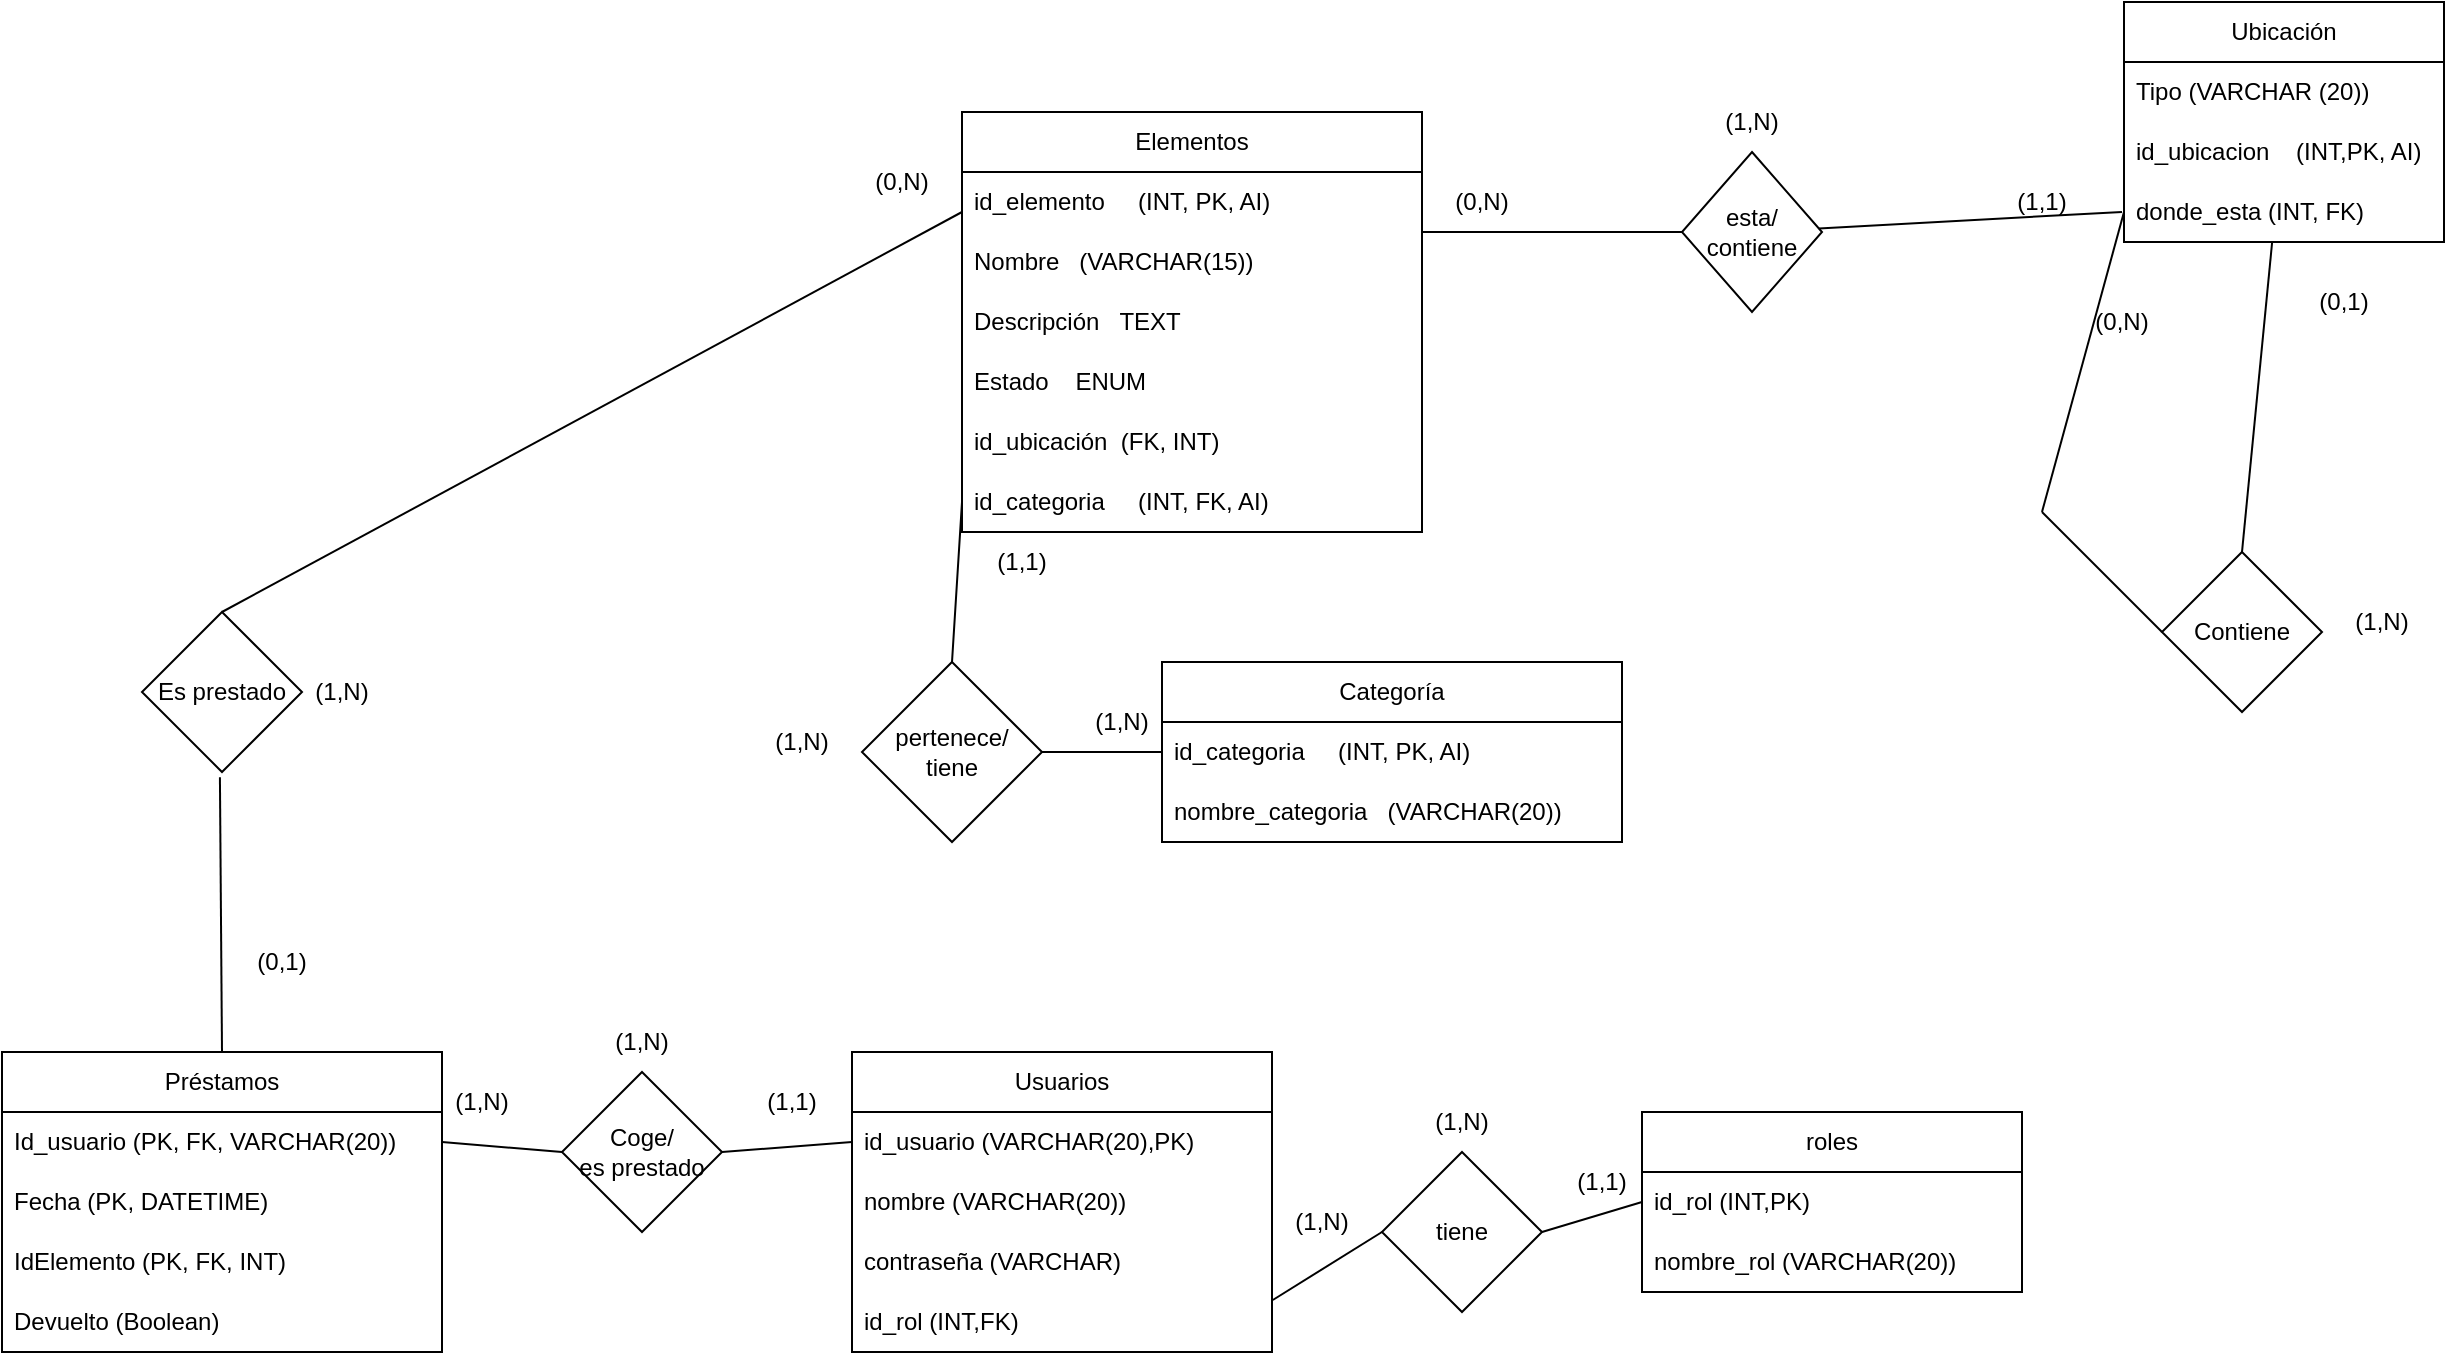
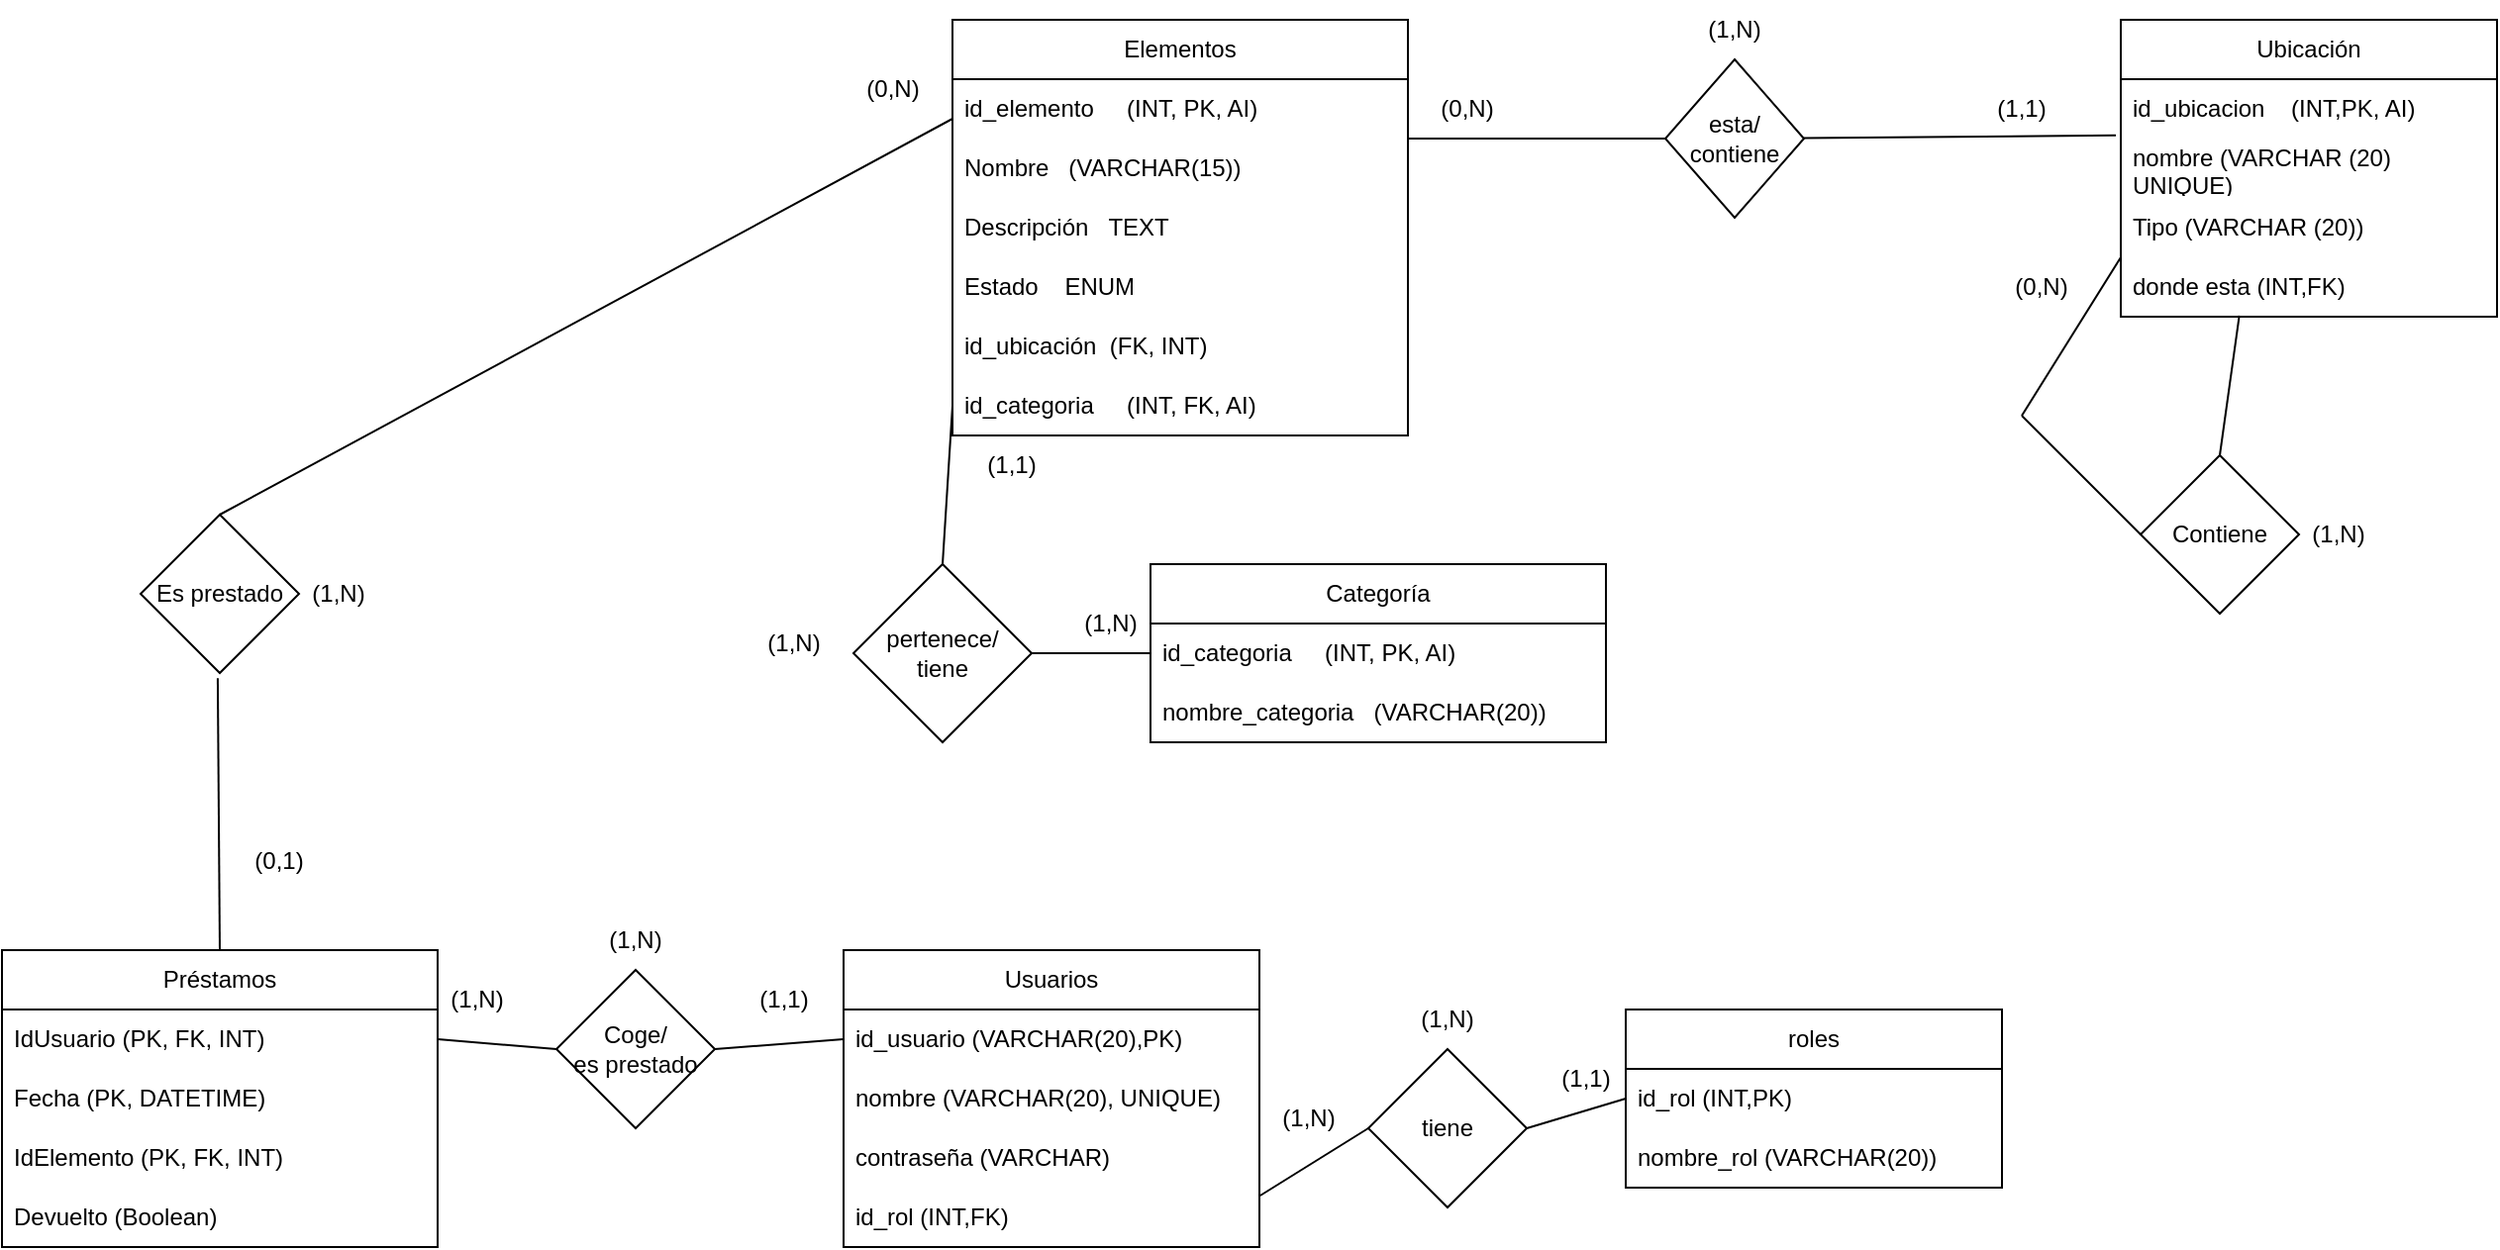
<mxfile host="Electron" agent="Mozilla/5.0 (Windows NT 10.0; Win64; x64) AppleWebKit/537.36 (KHTML, like Gecko) draw.io/27.0.9 Chrome/134.0.6998.205 Electron/35.4.0 Safari/537.36" version="27.0.9">
  <diagram name="Página-1" id="i9kEWm7X-eQDBZohQ_Jb">
-     <mxGraphModel dx="1665" dy="841" grid="1" gridSize="10" guides="1" tooltips="1" connect="1" arrows="1" fold="1" page="1" pageScale="1" pageWidth="827" pageHeight="1169" math="0" shadow="0">
+     <mxGraphModel dx="586" dy="693" grid="1" gridSize="10" guides="1" tooltips="1" connect="1" arrows="1" fold="1" page="1" pageScale="1" pageWidth="827" pageHeight="1169" math="0" shadow="0">
      <root>
        <mxCell id="0" />
        <mxCell id="1" parent="0" />
        <mxCell id="md-I2rJE8M5bN4_YPNxc-3" value="esta/&lt;div&gt;contiene&lt;/div&gt;" style="rhombus;whiteSpace=wrap;html=1;" parent="1" vertex="1">
          <mxGeometry x="940" y="200" width="70" height="80" as="geometry" />
        </mxCell>
        <mxCell id="md-I2rJE8M5bN4_YPNxc-4" value="Elementos" style="swimlane;fontStyle=0;childLayout=stackLayout;horizontal=1;startSize=30;horizontalStack=0;resizeParent=1;resizeParentMax=0;resizeLast=0;collapsible=1;marginBottom=0;whiteSpace=wrap;html=1;" parent="1" vertex="1">
          <mxGeometry x="580" y="180" width="230" height="210" as="geometry" />
        </mxCell>
        <mxCell id="md-I2rJE8M5bN4_YPNxc-5" value="id_elemento&amp;nbsp; &amp;nbsp; &amp;nbsp;(INT, PK, AI)" style="text;strokeColor=none;fillColor=none;align=left;verticalAlign=middle;spacingLeft=4;spacingRight=4;overflow=hidden;points=[[0,0.5],[1,0.5]];portConstraint=eastwest;rotatable=0;whiteSpace=wrap;html=1;" parent="md-I2rJE8M5bN4_YPNxc-4" vertex="1">
          <mxGeometry y="30" width="230" height="30" as="geometry" />
        </mxCell>
        <mxCell id="md-I2rJE8M5bN4_YPNxc-6" value="Nombre&amp;nbsp; &amp;nbsp;(VARCHAR(15))" style="text;strokeColor=none;fillColor=none;align=left;verticalAlign=middle;spacingLeft=4;spacingRight=4;overflow=hidden;points=[[0,0.5],[1,0.5]];portConstraint=eastwest;rotatable=0;whiteSpace=wrap;html=1;" parent="md-I2rJE8M5bN4_YPNxc-4" vertex="1">
          <mxGeometry y="60" width="230" height="30" as="geometry" />
        </mxCell>
        <mxCell id="md-I2rJE8M5bN4_YPNxc-18" value="Descripción&amp;nbsp; &amp;nbsp;TEXT&lt;span style=&quot;white-space: pre;&quot;&gt;&#x9;&lt;/span&gt;&lt;span style=&quot;white-space: pre;&quot;&gt;&#x9;&lt;/span&gt;" style="text;strokeColor=none;fillColor=none;align=left;verticalAlign=middle;spacingLeft=4;spacingRight=4;overflow=hidden;points=[[0,0.5],[1,0.5]];portConstraint=eastwest;rotatable=0;whiteSpace=wrap;html=1;" parent="md-I2rJE8M5bN4_YPNxc-4" vertex="1">
          <mxGeometry y="90" width="230" height="30" as="geometry" />
        </mxCell>
        <mxCell id="md-I2rJE8M5bN4_YPNxc-20" value="Estado&amp;nbsp; &amp;nbsp; ENUM" style="text;strokeColor=none;fillColor=none;align=left;verticalAlign=middle;spacingLeft=4;spacingRight=4;overflow=hidden;points=[[0,0.5],[1,0.5]];portConstraint=eastwest;rotatable=0;whiteSpace=wrap;html=1;" parent="md-I2rJE8M5bN4_YPNxc-4" vertex="1">
          <mxGeometry y="120" width="230" height="30" as="geometry" />
        </mxCell>
        <mxCell id="md-I2rJE8M5bN4_YPNxc-29" value="id_ubicación&amp;nbsp; (FK, INT)" style="text;strokeColor=none;fillColor=none;align=left;verticalAlign=middle;spacingLeft=4;spacingRight=4;overflow=hidden;points=[[0,0.5],[1,0.5]];portConstraint=eastwest;rotatable=0;whiteSpace=wrap;html=1;" parent="md-I2rJE8M5bN4_YPNxc-4" vertex="1">
          <mxGeometry y="150" width="230" height="30" as="geometry" />
        </mxCell>
        <mxCell id="xuXV7sGvS1hQDTqQULSL-32" value="id_categoria&amp;nbsp; &amp;nbsp; &amp;nbsp;(INT, FK, AI)" style="text;strokeColor=none;fillColor=none;align=left;verticalAlign=middle;spacingLeft=4;spacingRight=4;overflow=hidden;points=[[0,0.5],[1,0.5]];portConstraint=eastwest;rotatable=0;whiteSpace=wrap;html=1;" parent="md-I2rJE8M5bN4_YPNxc-4" vertex="1">
          <mxGeometry y="180" width="230" height="30" as="geometry" />
        </mxCell>
        <mxCell id="md-I2rJE8M5bN4_YPNxc-8" value="Ubicación" style="swimlane;fontStyle=0;childLayout=stackLayout;horizontal=1;startSize=30;horizontalStack=0;resizeParent=1;resizeParentMax=0;resizeLast=0;collapsible=1;marginBottom=0;whiteSpace=wrap;html=1;" parent="1" vertex="1">
-           <mxGeometry x="1161" y="125" width="160" height="120" as="geometry" />
+           <mxGeometry x="1170" y="180" width="190" height="150" as="geometry" />
+         </mxCell>
+         <mxCell id="md-I2rJE8M5bN4_YPNxc-9" value="id_ubicacion&lt;span style=&quot;white-space: pre;&quot;&gt;&#x9;&lt;/span&gt;(INT,PK, AI)" style="text;strokeColor=none;fillColor=none;align=left;verticalAlign=middle;spacingLeft=4;spacingRight=4;overflow=hidden;points=[[0,0.5],[1,0.5]];portConstraint=eastwest;rotatable=0;whiteSpace=wrap;html=1;" parent="md-I2rJE8M5bN4_YPNxc-8" vertex="1">
+           <mxGeometry y="30" width="190" height="30" as="geometry" />
+         </mxCell>
+         <mxCell id="NCn_pFYCjzvptKvNXvme-1" value="nombre (VARCHAR (20) UNIQUE)" style="text;strokeColor=none;fillColor=none;align=left;verticalAlign=middle;spacingLeft=4;spacingRight=4;overflow=hidden;points=[[0,0.5],[1,0.5]];portConstraint=eastwest;rotatable=0;whiteSpace=wrap;html=1;" vertex="1" parent="md-I2rJE8M5bN4_YPNxc-8">
+           <mxGeometry y="60" width="190" height="30" as="geometry" />
        </mxCell>
        <mxCell id="md-I2rJE8M5bN4_YPNxc-11" value="Tipo (VARCHAR (20))" style="text;strokeColor=none;fillColor=none;align=left;verticalAlign=middle;spacingLeft=4;spacingRight=4;overflow=hidden;points=[[0,0.5],[1,0.5]];portConstraint=eastwest;rotatable=0;whiteSpace=wrap;html=1;" parent="md-I2rJE8M5bN4_YPNxc-8" vertex="1">
-           <mxGeometry y="30" width="160" height="30" as="geometry" />
-         </mxCell>
-         <mxCell id="md-I2rJE8M5bN4_YPNxc-9" value="id_ubicacion&lt;span style=&quot;white-space: pre;&quot;&gt;&#x9;&lt;/span&gt;(INT,PK, AI)" style="text;strokeColor=none;fillColor=none;align=left;verticalAlign=middle;spacingLeft=4;spacingRight=4;overflow=hidden;points=[[0,0.5],[1,0.5]];portConstraint=eastwest;rotatable=0;whiteSpace=wrap;html=1;" parent="md-I2rJE8M5bN4_YPNxc-8" vertex="1">
-           <mxGeometry y="60" width="160" height="30" as="geometry" />
-         </mxCell>
-         <mxCell id="qNiBTX_sLjemmhxvSZYq-6" value="donde_esta (INT, FK)" style="text;strokeColor=none;fillColor=none;align=left;verticalAlign=middle;spacingLeft=4;spacingRight=4;overflow=hidden;points=[[0,0.5],[1,0.5]];portConstraint=eastwest;rotatable=0;whiteSpace=wrap;html=1;" vertex="1" parent="md-I2rJE8M5bN4_YPNxc-8">
-           <mxGeometry y="90" width="160" height="30" as="geometry" />
-         </mxCell>
-         <mxCell id="md-I2rJE8M5bN4_YPNxc-12" value="" style="endArrow=none;html=1;rounded=0;" parent="1" source="md-I2rJE8M5bN4_YPNxc-3" edge="1">
+           <mxGeometry y="90" width="190" height="30" as="geometry" />
+         </mxCell>
+         <mxCell id="Kr0rA3katDckVqaceKhA-1" value="donde esta (INT,FK)" style="text;strokeColor=none;fillColor=none;align=left;verticalAlign=middle;spacingLeft=4;spacingRight=4;overflow=hidden;points=[[0,0.5],[1,0.5]];portConstraint=eastwest;rotatable=0;whiteSpace=wrap;html=1;" parent="md-I2rJE8M5bN4_YPNxc-8" vertex="1">
+           <mxGeometry y="120" width="190" height="30" as="geometry" />
+         </mxCell>
+         <mxCell id="md-I2rJE8M5bN4_YPNxc-12" value="" style="endArrow=none;html=1;rounded=0;entryX=-0.013;entryY=-0.053;entryDx=0;entryDy=0;entryPerimeter=0;" parent="1" source="md-I2rJE8M5bN4_YPNxc-3" edge="1" target="NCn_pFYCjzvptKvNXvme-1">
          <mxGeometry width="50" height="50" relative="1" as="geometry">
            <mxPoint x="960" y="420" as="sourcePoint" />
-             <mxPoint x="1160" y="230" as="targetPoint" />
+             <mxPoint x="1150" y="240" as="targetPoint" />
          </mxGeometry>
        </mxCell>
        <mxCell id="md-I2rJE8M5bN4_YPNxc-13" value="" style="endArrow=none;html=1;rounded=0;exitX=0;exitY=0.5;exitDx=0;exitDy=0;entryX=0;entryY=1;entryDx=0;entryDy=0;" parent="1" source="md-I2rJE8M5bN4_YPNxc-3" target="md-I2rJE8M5bN4_YPNxc-15" edge="1">
          <mxGeometry width="50" height="50" relative="1" as="geometry">
            <mxPoint x="540" y="420" as="sourcePoint" />
            <mxPoint x="371" y="240" as="targetPoint" />
          </mxGeometry>
        </mxCell>
        <mxCell id="md-I2rJE8M5bN4_YPNxc-14" value="(1,1)" style="text;html=1;whiteSpace=wrap;strokeColor=none;fillColor=none;align=center;verticalAlign=middle;rounded=0;" parent="1" vertex="1">
          <mxGeometry x="1090" y="210" width="60" height="30" as="geometry" />
        </mxCell>
        <mxCell id="md-I2rJE8M5bN4_YPNxc-15" value="(0,N)" style="text;html=1;whiteSpace=wrap;strokeColor=none;fillColor=none;align=center;verticalAlign=middle;rounded=0;" parent="1" vertex="1">
          <mxGeometry x="810" y="210" width="60" height="30" as="geometry" />
        </mxCell>
        <mxCell id="md-I2rJE8M5bN4_YPNxc-16" value="(1,N)" style="text;html=1;whiteSpace=wrap;strokeColor=none;fillColor=none;align=center;verticalAlign=middle;rounded=0;" parent="1" vertex="1">
          <mxGeometry x="945" y="170" width="60" height="30" as="geometry" />
        </mxCell>
-         <mxCell id="md-I2rJE8M5bN4_YPNxc-25" value="" style="endArrow=none;html=1;rounded=0;exitX=0.5;exitY=0;exitDx=0;exitDy=0;entryX=0.463;entryY=1;entryDx=0;entryDy=0;entryPerimeter=0;" parent="1" target="qNiBTX_sLjemmhxvSZYq-6" edge="1">
-           <mxGeometry width="50" height="50" relative="1" as="geometry">
-             <mxPoint x="1220" y="400" as="sourcePoint" />
-             <mxPoint x="1218" y="300" as="targetPoint" />
-           </mxGeometry>
-         </mxCell>
        <mxCell id="md-I2rJE8M5bN4_YPNxc-26" value="" style="endArrow=none;html=1;rounded=0;entryX=0;entryY=0.5;entryDx=0;entryDy=0;" parent="1" target="md-I2rJE8M5bN4_YPNxc-28" edge="1">
          <mxGeometry width="50" height="50" relative="1" as="geometry">
            <mxPoint x="1120" y="380" as="sourcePoint" />
            <mxPoint x="1151.96" y="462.01" as="targetPoint" />
          </mxGeometry>
        </mxCell>
-         <mxCell id="md-I2rJE8M5bN4_YPNxc-27" value="" style="endArrow=none;html=1;rounded=0;entryX=0;entryY=0.5;entryDx=0;entryDy=0;" parent="1" target="qNiBTX_sLjemmhxvSZYq-6" edge="1">
+         <mxCell id="md-I2rJE8M5bN4_YPNxc-27" value="" style="endArrow=none;html=1;rounded=0;entryX=0;entryY=1;entryDx=0;entryDy=0;entryPerimeter=0;" parent="1" target="md-I2rJE8M5bN4_YPNxc-11" edge="1">
          <mxGeometry width="50" height="50" relative="1" as="geometry">
            <mxPoint x="1120" y="380" as="sourcePoint" />
            <mxPoint x="1050" y="370" as="targetPoint" />
          </mxGeometry>
        </mxCell>
        <mxCell id="md-I2rJE8M5bN4_YPNxc-28" value="Contiene" style="rhombus;whiteSpace=wrap;html=1;" parent="1" vertex="1">
          <mxGeometry x="1180" y="400" width="80" height="80" as="geometry" />
        </mxCell>
-         <mxCell id="md-I2rJE8M5bN4_YPNxc-31" value="(0,1)" style="text;html=1;whiteSpace=wrap;strokeColor=none;fillColor=none;align=center;verticalAlign=middle;rounded=0;" parent="1" vertex="1">
-           <mxGeometry x="1241" y="260" width="60" height="30" as="geometry" />
-         </mxCell>
        <mxCell id="md-I2rJE8M5bN4_YPNxc-32" value="(0,N)" style="text;html=1;whiteSpace=wrap;strokeColor=none;fillColor=none;align=center;verticalAlign=middle;rounded=0;" parent="1" vertex="1">
-           <mxGeometry x="1130" y="270" width="60" height="30" as="geometry" />
+           <mxGeometry x="1100" y="300" width="60" height="30" as="geometry" />
        </mxCell>
        <mxCell id="md-I2rJE8M5bN4_YPNxc-33" value="(1,N)" style="text;html=1;whiteSpace=wrap;strokeColor=none;fillColor=none;align=center;verticalAlign=middle;rounded=0;" parent="1" vertex="1">
-           <mxGeometry x="1260" y="420" width="60" height="30" as="geometry" />
+           <mxGeometry x="1250" y="425" width="60" height="30" as="geometry" />
        </mxCell>
        <mxCell id="md-I2rJE8M5bN4_YPNxc-34" value="Préstamos" style="swimlane;fontStyle=0;childLayout=stackLayout;horizontal=1;startSize=30;horizontalStack=0;resizeParent=1;resizeParentMax=0;resizeLast=0;collapsible=1;marginBottom=0;whiteSpace=wrap;html=1;" parent="1" vertex="1">
          <mxGeometry x="100" y="650" width="220" height="150" as="geometry" />
        </mxCell>
-         <mxCell id="md-I2rJE8M5bN4_YPNxc-35" value="Id_usuario (PK, FK, VARCHAR(20))" style="text;strokeColor=none;fillColor=none;align=left;verticalAlign=middle;spacingLeft=4;spacingRight=4;overflow=hidden;points=[[0,0.5],[1,0.5]];portConstraint=eastwest;rotatable=0;whiteSpace=wrap;html=1;" parent="md-I2rJE8M5bN4_YPNxc-34" vertex="1">
+         <mxCell id="md-I2rJE8M5bN4_YPNxc-35" value="IdUsuario (PK, FK, INT)" style="text;strokeColor=none;fillColor=none;align=left;verticalAlign=middle;spacingLeft=4;spacingRight=4;overflow=hidden;points=[[0,0.5],[1,0.5]];portConstraint=eastwest;rotatable=0;whiteSpace=wrap;html=1;" parent="md-I2rJE8M5bN4_YPNxc-34" vertex="1">
          <mxGeometry y="30" width="220" height="30" as="geometry" />
        </mxCell>
        <mxCell id="md-I2rJE8M5bN4_YPNxc-37" value="Fecha (PK, DATETIME)" style="text;strokeColor=none;fillColor=none;align=left;verticalAlign=middle;spacingLeft=4;spacingRight=4;overflow=hidden;points=[[0,0.5],[1,0.5]];portConstraint=eastwest;rotatable=0;whiteSpace=wrap;html=1;" parent="md-I2rJE8M5bN4_YPNxc-34" vertex="1">
          <mxGeometry y="60" width="220" height="30" as="geometry" />
        </mxCell>
        <mxCell id="md-I2rJE8M5bN4_YPNxc-54" value="IdElemento (PK, FK, INT)" style="text;strokeColor=none;fillColor=none;align=left;verticalAlign=middle;spacingLeft=4;spacingRight=4;overflow=hidden;points=[[0,0.5],[1,0.5]];portConstraint=eastwest;rotatable=0;whiteSpace=wrap;html=1;" parent="md-I2rJE8M5bN4_YPNxc-34" vertex="1">
          <mxGeometry y="90" width="220" height="30" as="geometry" />
        </mxCell>
        <mxCell id="md-I2rJE8M5bN4_YPNxc-55" value="Devuelto (Boolean)" style="text;strokeColor=none;fillColor=none;align=left;verticalAlign=middle;spacingLeft=4;spacingRight=4;overflow=hidden;points=[[0,0.5],[1,0.5]];portConstraint=eastwest;rotatable=0;whiteSpace=wrap;html=1;" parent="md-I2rJE8M5bN4_YPNxc-34" vertex="1">
          <mxGeometry y="120" width="220" height="30" as="geometry" />
        </mxCell>
        <mxCell id="md-I2rJE8M5bN4_YPNxc-38" value="" style="endArrow=none;html=1;rounded=0;entryX=0.5;entryY=0;entryDx=0;entryDy=0;exitX=0.487;exitY=1.033;exitDx=0;exitDy=0;exitPerimeter=0;" parent="1" source="md-I2rJE8M5bN4_YPNxc-43" target="md-I2rJE8M5bN4_YPNxc-34" edge="1">
          <mxGeometry width="50" height="50" relative="1" as="geometry">
            <mxPoint x="470" y="370" as="sourcePoint" />
            <mxPoint x="520" y="320" as="targetPoint" />
          </mxGeometry>
        </mxCell>
        <mxCell id="md-I2rJE8M5bN4_YPNxc-39" value="Usuarios" style="swimlane;fontStyle=0;childLayout=stackLayout;horizontal=1;startSize=30;horizontalStack=0;resizeParent=1;resizeParentMax=0;resizeLast=0;collapsible=1;marginBottom=0;whiteSpace=wrap;html=1;" parent="1" vertex="1">
          <mxGeometry x="525" y="650" width="210" height="150" as="geometry" />
        </mxCell>
        <mxCell id="md-I2rJE8M5bN4_YPNxc-40" value="id_usuario (VARCHAR(20),PK)" style="text;strokeColor=none;fillColor=none;align=left;verticalAlign=middle;spacingLeft=4;spacingRight=4;overflow=hidden;points=[[0,0.5],[1,0.5]];portConstraint=eastwest;rotatable=0;whiteSpace=wrap;html=1;" parent="md-I2rJE8M5bN4_YPNxc-39" vertex="1">
          <mxGeometry y="30" width="210" height="30" as="geometry" />
        </mxCell>
-         <mxCell id="xuXV7sGvS1hQDTqQULSL-21" value="nombre (VARCHAR(20))" style="text;strokeColor=none;fillColor=none;align=left;verticalAlign=middle;spacingLeft=4;spacingRight=4;overflow=hidden;points=[[0,0.5],[1,0.5]];portConstraint=eastwest;rotatable=0;whiteSpace=wrap;html=1;" parent="md-I2rJE8M5bN4_YPNxc-39" vertex="1">
+         <mxCell id="xuXV7sGvS1hQDTqQULSL-21" value="nombre (VARCHAR(20), UNIQUE)" style="text;strokeColor=none;fillColor=none;align=left;verticalAlign=middle;spacingLeft=4;spacingRight=4;overflow=hidden;points=[[0,0.5],[1,0.5]];portConstraint=eastwest;rotatable=0;whiteSpace=wrap;html=1;" parent="md-I2rJE8M5bN4_YPNxc-39" vertex="1">
          <mxGeometry y="60" width="210" height="30" as="geometry" />
        </mxCell>
        <mxCell id="xuXV7sGvS1hQDTqQULSL-22" value="contraseña (VARCHAR)" style="text;strokeColor=none;fillColor=none;align=left;verticalAlign=middle;spacingLeft=4;spacingRight=4;overflow=hidden;points=[[0,0.5],[1,0.5]];portConstraint=eastwest;rotatable=0;whiteSpace=wrap;html=1;" parent="md-I2rJE8M5bN4_YPNxc-39" vertex="1">
          <mxGeometry y="90" width="210" height="30" as="geometry" />
        </mxCell>
        <mxCell id="xuXV7sGvS1hQDTqQULSL-23" value="id_rol (INT,FK)" style="text;strokeColor=none;fillColor=none;align=left;verticalAlign=middle;spacingLeft=4;spacingRight=4;overflow=hidden;points=[[0,0.5],[1,0.5]];portConstraint=eastwest;rotatable=0;whiteSpace=wrap;html=1;" parent="md-I2rJE8M5bN4_YPNxc-39" vertex="1">
          <mxGeometry y="120" width="210" height="30" as="geometry" />
        </mxCell>
        <mxCell id="md-I2rJE8M5bN4_YPNxc-44" value="" style="endArrow=none;html=1;rounded=0;entryX=0.5;entryY=0;entryDx=0;entryDy=0;exitX=1;exitY=1;exitDx=0;exitDy=0;" parent="1" source="xuXV7sGvS1hQDTqQULSL-15" target="md-I2rJE8M5bN4_YPNxc-43" edge="1">
          <mxGeometry width="50" height="50" relative="1" as="geometry">
            <mxPoint x="632" y="391" as="sourcePoint" />
            <mxPoint x="630" y="680" as="targetPoint" />
          </mxGeometry>
        </mxCell>
        <mxCell id="md-I2rJE8M5bN4_YPNxc-43" value="Es prestado" style="rhombus;whiteSpace=wrap;html=1;" parent="1" vertex="1">
          <mxGeometry x="170" y="430" width="80" height="80" as="geometry" />
        </mxCell>
        <mxCell id="md-I2rJE8M5bN4_YPNxc-45" value="" style="endArrow=none;html=1;rounded=0;entryX=0;entryY=0.5;entryDx=0;entryDy=0;exitX=1;exitY=0.5;exitDx=0;exitDy=0;" parent="1" source="md-I2rJE8M5bN4_YPNxc-46" target="md-I2rJE8M5bN4_YPNxc-40" edge="1">
          <mxGeometry width="50" height="50" relative="1" as="geometry">
            <mxPoint x="470" y="470" as="sourcePoint" />
            <mxPoint x="566.96" y="687" as="targetPoint" />
          </mxGeometry>
        </mxCell>
        <mxCell id="md-I2rJE8M5bN4_YPNxc-47" value="" style="endArrow=none;html=1;rounded=0;entryX=0;entryY=0.5;entryDx=0;entryDy=0;exitX=1;exitY=0.5;exitDx=0;exitDy=0;" parent="1" source="md-I2rJE8M5bN4_YPNxc-35" target="md-I2rJE8M5bN4_YPNxc-46" edge="1">
          <mxGeometry width="50" height="50" relative="1" as="geometry">
            <mxPoint x="260" y="694" as="sourcePoint" />
            <mxPoint x="567" y="687" as="targetPoint" />
          </mxGeometry>
        </mxCell>
        <mxCell id="md-I2rJE8M5bN4_YPNxc-46" value="Coge/&lt;div&gt;es prestado&lt;/div&gt;" style="rhombus;whiteSpace=wrap;html=1;" parent="1" vertex="1">
          <mxGeometry x="380" y="660" width="80" height="80" as="geometry" />
        </mxCell>
        <mxCell id="md-I2rJE8M5bN4_YPNxc-48" value="(1,N)" style="text;html=1;whiteSpace=wrap;strokeColor=none;fillColor=none;align=center;verticalAlign=middle;rounded=0;" parent="1" vertex="1">
          <mxGeometry x="310" y="660" width="60" height="30" as="geometry" />
        </mxCell>
        <mxCell id="md-I2rJE8M5bN4_YPNxc-49" value="(1,1)" style="text;html=1;whiteSpace=wrap;strokeColor=none;fillColor=none;align=center;verticalAlign=middle;rounded=0;" parent="1" vertex="1">
          <mxGeometry x="465" y="660" width="60" height="30" as="geometry" />
        </mxCell>
        <mxCell id="md-I2rJE8M5bN4_YPNxc-50" value="(1,N)" style="text;html=1;whiteSpace=wrap;strokeColor=none;fillColor=none;align=center;verticalAlign=middle;rounded=0;" parent="1" vertex="1">
          <mxGeometry x="390" y="630" width="60" height="30" as="geometry" />
        </mxCell>
        <mxCell id="md-I2rJE8M5bN4_YPNxc-52" value="(0,1)" style="text;html=1;whiteSpace=wrap;strokeColor=none;fillColor=none;align=center;verticalAlign=middle;rounded=0;" parent="1" vertex="1">
          <mxGeometry x="210" y="590" width="60" height="30" as="geometry" />
        </mxCell>
        <mxCell id="md-I2rJE8M5bN4_YPNxc-53" value="(1,N)" style="text;html=1;whiteSpace=wrap;strokeColor=none;fillColor=none;align=center;verticalAlign=middle;rounded=0;" parent="1" vertex="1">
          <mxGeometry x="240" y="455" width="60" height="30" as="geometry" />
        </mxCell>
        <mxCell id="xuXV7sGvS1hQDTqQULSL-3" value="Categoría" style="swimlane;fontStyle=0;childLayout=stackLayout;horizontal=1;startSize=30;horizontalStack=0;resizeParent=1;resizeParentMax=0;resizeLast=0;collapsible=1;marginBottom=0;whiteSpace=wrap;html=1;" parent="1" vertex="1">
          <mxGeometry x="680" y="455" width="230" height="90" as="geometry" />
        </mxCell>
        <mxCell id="xuXV7sGvS1hQDTqQULSL-4" value="id_categoria&amp;nbsp; &amp;nbsp; &amp;nbsp;(INT, PK, AI)" style="text;strokeColor=none;fillColor=none;align=left;verticalAlign=middle;spacingLeft=4;spacingRight=4;overflow=hidden;points=[[0,0.5],[1,0.5]];portConstraint=eastwest;rotatable=0;whiteSpace=wrap;html=1;" parent="xuXV7sGvS1hQDTqQULSL-3" vertex="1">
          <mxGeometry y="30" width="230" height="30" as="geometry" />
        </mxCell>
        <mxCell id="xuXV7sGvS1hQDTqQULSL-5" value="nombre_categoria&amp;nbsp; &amp;nbsp;(VARCHAR(20))" style="text;strokeColor=none;fillColor=none;align=left;verticalAlign=middle;spacingLeft=4;spacingRight=4;overflow=hidden;points=[[0,0.5],[1,0.5]];portConstraint=eastwest;rotatable=0;whiteSpace=wrap;html=1;" parent="xuXV7sGvS1hQDTqQULSL-3" vertex="1">
          <mxGeometry y="60" width="230" height="30" as="geometry" />
        </mxCell>
        <mxCell id="xuXV7sGvS1hQDTqQULSL-11" value="pertenece/&lt;div&gt;tiene&lt;/div&gt;" style="rhombus;whiteSpace=wrap;html=1;" parent="1" vertex="1">
          <mxGeometry x="530" y="455" width="90" height="90" as="geometry" />
        </mxCell>
        <mxCell id="xuXV7sGvS1hQDTqQULSL-12" value="" style="endArrow=none;html=1;rounded=0;entryX=0;entryY=0.5;entryDx=0;entryDy=0;exitX=1;exitY=0.5;exitDx=0;exitDy=0;" parent="1" source="xuXV7sGvS1hQDTqQULSL-11" target="xuXV7sGvS1hQDTqQULSL-4" edge="1">
          <mxGeometry width="50" height="50" relative="1" as="geometry">
            <mxPoint x="350" y="239.07" as="sourcePoint" />
            <mxPoint x="280" y="238.57" as="targetPoint" />
          </mxGeometry>
        </mxCell>
        <mxCell id="xuXV7sGvS1hQDTqQULSL-13" value="" style="endArrow=none;html=1;rounded=0;entryX=0.5;entryY=0;entryDx=0;entryDy=0;exitX=0;exitY=0.5;exitDx=0;exitDy=0;" parent="1" source="xuXV7sGvS1hQDTqQULSL-32" target="xuXV7sGvS1hQDTqQULSL-11" edge="1">
          <mxGeometry width="50" height="50" relative="1" as="geometry">
            <mxPoint x="570" y="241.43" as="sourcePoint" />
            <mxPoint x="470" y="240" as="targetPoint" />
          </mxGeometry>
        </mxCell>
        <mxCell id="xuXV7sGvS1hQDTqQULSL-14" value="(1,1)" style="text;html=1;whiteSpace=wrap;strokeColor=none;fillColor=none;align=center;verticalAlign=middle;rounded=0;" parent="1" vertex="1">
          <mxGeometry x="580" y="390" width="60" height="30" as="geometry" />
        </mxCell>
        <mxCell id="xuXV7sGvS1hQDTqQULSL-15" value="(0,N)" style="text;html=1;whiteSpace=wrap;strokeColor=none;fillColor=none;align=center;verticalAlign=middle;rounded=0;" parent="1" vertex="1">
          <mxGeometry x="520" y="200" width="60" height="30" as="geometry" />
        </mxCell>
        <mxCell id="xuXV7sGvS1hQDTqQULSL-16" value="(1,N)" style="text;html=1;whiteSpace=wrap;strokeColor=none;fillColor=none;align=center;verticalAlign=middle;rounded=0;" parent="1" vertex="1">
          <mxGeometry x="630" y="470" width="60" height="30" as="geometry" />
        </mxCell>
        <mxCell id="xuXV7sGvS1hQDTqQULSL-17" value="roles" style="swimlane;fontStyle=0;childLayout=stackLayout;horizontal=1;startSize=30;horizontalStack=0;resizeParent=1;resizeParentMax=0;resizeLast=0;collapsible=1;marginBottom=0;whiteSpace=wrap;html=1;" parent="1" vertex="1">
          <mxGeometry x="920" y="680" width="190" height="90" as="geometry" />
        </mxCell>
        <mxCell id="xuXV7sGvS1hQDTqQULSL-18" value="id_rol (INT,PK)" style="text;strokeColor=none;fillColor=none;align=left;verticalAlign=middle;spacingLeft=4;spacingRight=4;overflow=hidden;points=[[0,0.5],[1,0.5]];portConstraint=eastwest;rotatable=0;whiteSpace=wrap;html=1;" parent="xuXV7sGvS1hQDTqQULSL-17" vertex="1">
          <mxGeometry y="30" width="190" height="30" as="geometry" />
        </mxCell>
        <mxCell id="xuXV7sGvS1hQDTqQULSL-19" value="nombre_rol (VARCHAR(20))" style="text;strokeColor=none;fillColor=none;align=left;verticalAlign=middle;spacingLeft=4;spacingRight=4;overflow=hidden;points=[[0,0.5],[1,0.5]];portConstraint=eastwest;rotatable=0;whiteSpace=wrap;html=1;" parent="xuXV7sGvS1hQDTqQULSL-17" vertex="1">
          <mxGeometry y="60" width="190" height="30" as="geometry" />
        </mxCell>
        <mxCell id="xuXV7sGvS1hQDTqQULSL-24" value="tiene" style="rhombus;whiteSpace=wrap;html=1;" parent="1" vertex="1">
          <mxGeometry x="790" y="700" width="80" height="80" as="geometry" />
        </mxCell>
        <mxCell id="xuXV7sGvS1hQDTqQULSL-25" value="" style="endArrow=none;html=1;rounded=0;entryX=0;entryY=0.5;entryDx=0;entryDy=0;exitX=1.002;exitY=0.133;exitDx=0;exitDy=0;exitPerimeter=0;" parent="1" source="xuXV7sGvS1hQDTqQULSL-23" target="xuXV7sGvS1hQDTqQULSL-24" edge="1">
          <mxGeometry width="50" height="50" relative="1" as="geometry">
            <mxPoint x="730" y="733.5" as="sourcePoint" />
            <mxPoint x="790" y="726.5" as="targetPoint" />
          </mxGeometry>
        </mxCell>
        <mxCell id="xuXV7sGvS1hQDTqQULSL-26" value="" style="endArrow=none;html=1;rounded=0;exitX=1;exitY=0.5;exitDx=0;exitDy=0;entryX=0;entryY=0.5;entryDx=0;entryDy=0;" parent="1" source="xuXV7sGvS1hQDTqQULSL-24" target="xuXV7sGvS1hQDTqQULSL-18" edge="1">
          <mxGeometry width="50" height="50" relative="1" as="geometry">
            <mxPoint x="869" y="728" as="sourcePoint" />
            <mxPoint x="920" y="722" as="targetPoint" />
          </mxGeometry>
        </mxCell>
        <mxCell id="xuXV7sGvS1hQDTqQULSL-29" value="(1,N)" style="text;html=1;whiteSpace=wrap;strokeColor=none;fillColor=none;align=center;verticalAlign=middle;rounded=0;" parent="1" vertex="1">
          <mxGeometry x="730" y="720" width="60" height="30" as="geometry" />
        </mxCell>
        <mxCell id="xuXV7sGvS1hQDTqQULSL-30" value="(1,1)" style="text;html=1;whiteSpace=wrap;strokeColor=none;fillColor=none;align=center;verticalAlign=middle;rounded=0;" parent="1" vertex="1">
          <mxGeometry x="870" y="700" width="60" height="30" as="geometry" />
        </mxCell>
        <mxCell id="xuXV7sGvS1hQDTqQULSL-31" value="(1,N)" style="text;html=1;whiteSpace=wrap;strokeColor=none;fillColor=none;align=center;verticalAlign=middle;rounded=0;" parent="1" vertex="1">
          <mxGeometry x="800" y="670" width="60" height="30" as="geometry" />
        </mxCell>
        <mxCell id="xuXV7sGvS1hQDTqQULSL-35" value="(1,N)" style="text;html=1;whiteSpace=wrap;strokeColor=none;fillColor=none;align=center;verticalAlign=middle;rounded=0;" parent="1" vertex="1">
          <mxGeometry x="470" y="480" width="60" height="30" as="geometry" />
+         </mxCell>
+         <mxCell id="NCn_pFYCjzvptKvNXvme-3" value="" style="endArrow=none;html=1;rounded=0;entryX=0;entryY=0.5;entryDx=0;entryDy=0;exitX=0.315;exitY=0.983;exitDx=0;exitDy=0;exitPerimeter=0;" edge="1" parent="1" source="Kr0rA3katDckVqaceKhA-1">
+           <mxGeometry width="50" height="50" relative="1" as="geometry">
+             <mxPoint x="1160" y="340" as="sourcePoint" />
+             <mxPoint x="1220" y="400" as="targetPoint" />
+           </mxGeometry>
        </mxCell>
      </root>
    </mxGraphModel>
  </diagram>
</mxfile>
